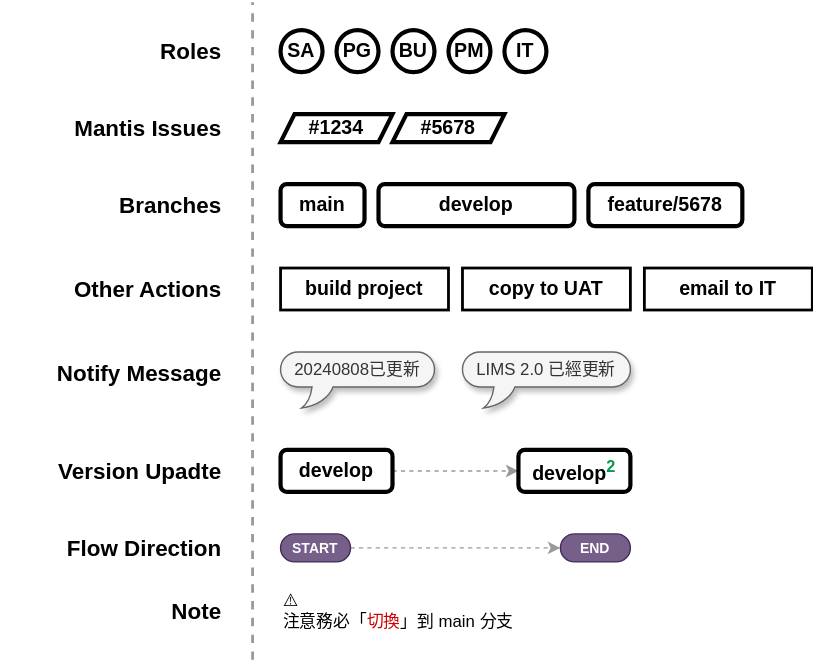
Earlier version of the draw.io export asset/lims-samples.svg (dpi627/SGS.OAD.GitTraining). Source tidied: cells renumbered, new cells last; positions are measured from the earlier drawing's top-left corner, leaving out a move shared by most shapes.
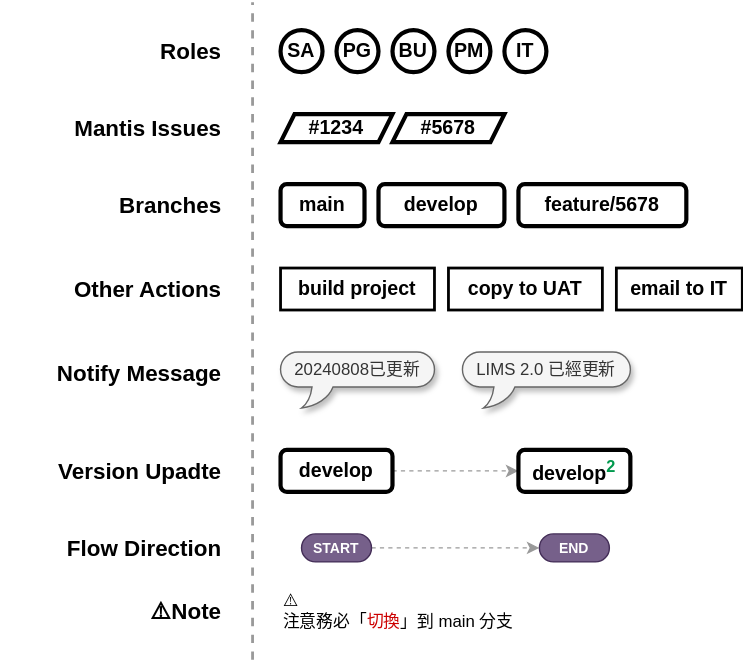
The same diagram one commit later.

The edit, as a diff of the source:
```diff
@@ -27,19 +27,19 @@
       <mxGeometry x="200" y="130" width="60" height="30" as="geometry" />
     </mxCell>
     <mxCell id="10" value="feature/5678" style="rounded=1;whiteSpace=wrap;html=1;strokeWidth=3;fontSize=14;fontStyle=1;" parent="1" vertex="1">
-      <mxGeometry x="420" y="130" width="110" height="30" as="geometry" />
+      <mxGeometry x="370" y="130" width="120" height="30" as="geometry" />
     </mxCell>
     <mxCell id="11" value="develop" style="rounded=1;whiteSpace=wrap;html=1;strokeWidth=3;fontSize=14;fontStyle=1;" parent="1" vertex="1">
-      <mxGeometry x="270" y="130" width="140" height="30" as="geometry" />
+      <mxGeometry x="270" y="130" width="90" height="30" as="geometry" />
     </mxCell>
     <mxCell id="12" value="build project" style="rounded=0;whiteSpace=wrap;html=1;strokeWidth=2;fontSize=14;fontStyle=1;" parent="1" vertex="1">
-      <mxGeometry x="200" y="190" width="120" height="30" as="geometry" />
+      <mxGeometry x="200" y="190" width="110" height="30" as="geometry" />
     </mxCell>
     <mxCell id="13" value="copy to UAT" style="rounded=0;whiteSpace=wrap;html=1;strokeWidth=2;fontSize=14;fontStyle=1;" parent="1" vertex="1">
-      <mxGeometry x="330" y="190" width="120" height="30" as="geometry" />
+      <mxGeometry x="320" y="190" width="110" height="30" as="geometry" />
     </mxCell>
     <mxCell id="14" value="email to IT" style="rounded=0;whiteSpace=wrap;html=1;strokeWidth=2;fontSize=14;fontStyle=1;" parent="1" vertex="1">
-      <mxGeometry x="460" y="190" width="120" height="30" as="geometry" />
+      <mxGeometry x="440" y="190" width="90" height="30" as="geometry" />
     </mxCell>
     <mxCell id="15" value="20240808已更新" style="whiteSpace=wrap;html=1;shape=mxgraph.basic.roundRectCallout;dx=30;dy=15;size=22;boundedLbl=1;shadow=1;fillColor=#f5f5f5;fontColor=#333333;strokeColor=#666666;" parent="1" vertex="1">
       <mxGeometry x="200" y="250" width="110" height="40" as="geometry" />
@@ -60,10 +60,10 @@
       <mxGeometry relative="1" as="geometry" />
     </mxCell>
     <mxCell id="21" value="START" style="rounded=1;whiteSpace=wrap;html=1;arcSize=50;fontSize=10;fillColor=#76608a;fontColor=#ffffff;strokeColor=#432D57;fontStyle=1;" parent="1" vertex="1">
-      <mxGeometry x="200" y="380" width="50" height="20" as="geometry" />
+      <mxGeometry x="215" y="380" width="50" height="20" as="geometry" />
     </mxCell>
     <mxCell id="22" value="END" style="rounded=1;whiteSpace=wrap;html=1;arcSize=50;fontSize=10;fillColor=#76608a;fontColor=#ffffff;strokeColor=#432D57;fontStyle=1;" parent="1" vertex="1">
-      <mxGeometry x="400" y="380" width="50" height="20" as="geometry" />
+      <mxGeometry x="385" y="380" width="50" height="20" as="geometry" />
     </mxCell>
     <mxCell id="23" value="⚠️&lt;br&gt;注意務必「&lt;font color=&quot;#cc0000&quot;&gt;切換&lt;/font&gt;」到 main 分支" style="text;html=1;align=left;verticalAlign=middle;whiteSpace=wrap;rounded=0;" parent="1" vertex="1">
       <mxGeometry x="200" y="420" width="240" height="30" as="geometry" />
@@ -95,7 +95,7 @@
     <mxCell id="31" value="Flow Direction" style="text;html=1;align=right;verticalAlign=middle;whiteSpace=wrap;rounded=0;fontSize=16;fontStyle=1;" parent="1" vertex="1">
       <mxGeometry y="375" width="160" height="30" as="geometry" />
     </mxCell>
-    <mxCell id="32" value="Note" style="text;html=1;align=right;verticalAlign=middle;whiteSpace=wrap;rounded=0;fontSize=16;fontStyle=1;" parent="1" vertex="1">
+    <mxCell id="32" value="⚠️Note" style="text;html=1;align=right;verticalAlign=middle;whiteSpace=wrap;rounded=0;fontSize=16;fontStyle=1;" parent="1" vertex="1">
       <mxGeometry y="420" width="160" height="30" as="geometry" />
     </mxCell>
   </root>
```
